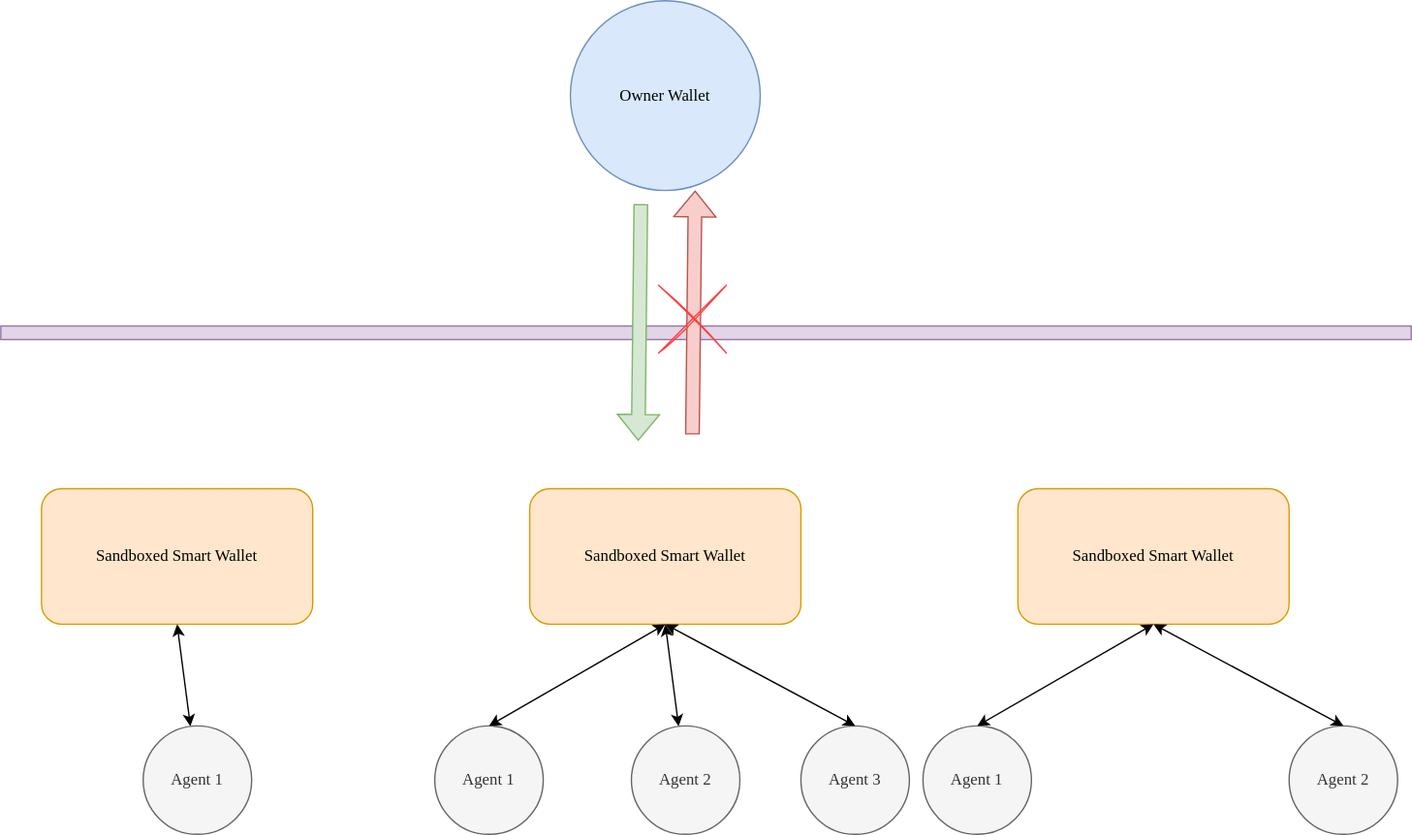
Above: assets/erc-8199/Single-SandboxedSmartWallet.svg in nxt3d/ERCs (draw.io), before the change. Source tidied: cells renumbered, new cells last; positions are measured from the earlier drawing's top-left corner, leaving out a move shared by most shapes. Its diagram source:
```xml
<mxGraphModel>
  <root>
    <mxCell id="0" />
    <mxCell id="1" parent="0" />
    <mxCell id="2" value="Sandboxed Smart Wallet" style="rounded=1;whiteSpace=wrap;html=1;hachureGap=4;fontFamily=Architects Daughter;fontSource=https%3A%2F%2Ffonts.googleapis.com%2Fcss%3Ffamily%3DArchitects%2BDaughter;fillColor=#ffe6cc;strokeColor=#d79b00;" parent="1" vertex="1">
      <mxGeometry x="390" y="360" width="200" height="100" as="geometry" />
    </mxCell>
    <mxCell id="3" value="Owner Wallet" style="ellipse;whiteSpace=wrap;html=1;hachureGap=4;fontFamily=Architects Daughter;fontSource=https%3A%2F%2Ffonts.googleapis.com%2Fcss%3Ffamily%3DArchitects%2BDaughter;fillColor=#dae8fc;strokeColor=#6c8ebf;" parent="1" vertex="1">
      <mxGeometry x="420" width="140" height="140" as="geometry" />
    </mxCell>
    <mxCell id="4" style="rounded=0;whiteSpace=wrap;html=1;hachureGap=4;fontFamily=Architects Daughter;fontSource=https%3A%2F%2Ffonts.googleapis.com%2Fcss%3Ffamily%3DArchitects%2BDaughter;fillColor=#e1d5e7;strokeColor=#9673a6;direction=south;" parent="1" vertex="1">
      <mxGeometry y="240" width="1040" height="10" as="geometry" />
    </mxCell>
    <mxCell id="5" value="Agent 1" style="ellipse;whiteSpace=wrap;html=1;hachureGap=4;fontFamily=Architects Daughter;fontSource=https%3A%2F%2Ffonts.googleapis.com%2Fcss%3Ffamily%3DArchitects%2BDaughter;fillColor=#f5f5f5;strokeColor=#666666;fontColor=#333333;" parent="1" vertex="1">
      <mxGeometry x="320" y="535" width="80" height="80" as="geometry" />
    </mxCell>
    <mxCell id="6" value="Agent 3" style="ellipse;whiteSpace=wrap;html=1;hachureGap=4;fontFamily=Architects Daughter;fontSource=https%3A%2F%2Ffonts.googleapis.com%2Fcss%3Ffamily%3DArchitects%2BDaughter;fillColor=#f5f5f5;fontColor=#333333;strokeColor=#666666;" parent="1" vertex="1">
      <mxGeometry x="590" y="535" width="80" height="80" as="geometry" />
    </mxCell>
    <mxCell id="7" value="Agent 2" style="ellipse;whiteSpace=wrap;html=1;hachureGap=4;fontFamily=Architects Daughter;fontSource=https%3A%2F%2Ffonts.googleapis.com%2Fcss%3Ffamily%3DArchitects%2BDaughter;fillColor=#f5f5f5;fontColor=#333333;strokeColor=#666666;" parent="1" vertex="1">
      <mxGeometry x="465" y="535" width="80" height="80" as="geometry" />
    </mxCell>
    <mxCell id="8" style="endArrow=classic;startArrow=classic;html=1;rounded=0;hachureGap=4;fontFamily=Architects Daughter;fontSource=https%3A%2F%2Ffonts.googleapis.com%2Fcss%3Ffamily%3DArchitects%2BDaughter;exitX=0.5;exitY=0;exitDx=0;exitDy=0;entryX=0.5;entryY=1;entryDx=0;entryDy=0;" parent="1" edge="1" source="5" target="2">
      <mxGeometry relative="1" as="geometry" />
    </mxCell>
    <mxCell id="9" style="endArrow=classic;startArrow=classic;html=1;rounded=0;hachureGap=4;fontFamily=Architects Daughter;fontSource=https%3A%2F%2Ffonts.googleapis.com%2Fcss%3Ffamily%3DArchitects%2BDaughter;entryX=0.5;entryY=1;entryDx=0;entryDy=0;" parent="1" edge="1" source="7" target="2">
      <mxGeometry relative="1" as="geometry" />
    </mxCell>
    <mxCell id="10" style="endArrow=classic;startArrow=classic;html=1;rounded=0;hachureGap=4;fontFamily=Architects Daughter;fontSource=https%3A%2F%2Ffonts.googleapis.com%2Fcss%3Ffamily%3DArchitects%2BDaughter;exitX=0.5;exitY=0;exitDx=0;exitDy=0;entryX=0.5;entryY=1;entryDx=0;entryDy=0;" parent="1" edge="1" source="6" target="2">
      <mxGeometry relative="1" as="geometry" />
    </mxCell>
    <mxCell id="11" style="shape=flexArrow;endArrow=classic;html=1;rounded=0;hachureGap=4;fontFamily=Architects Daughter;fontSource=https%3A%2F%2Ffonts.googleapis.com%2Fcss%3Ffamily%3DArchitects%2BDaughter;fillColor=#d5e8d4;strokeColor=#82b366;exitX=0.371;exitY=0.966;exitDx=0;exitDy=0;exitPerimeter=0;" parent="1" edge="1">
      <mxGeometry relative="1" as="geometry">
        <mxPoint x="471.9" y="150" as="sourcePoint" />
        <mxPoint x="470" y="324.8" as="targetPoint" />
      </mxGeometry>
    </mxCell>
    <mxCell id="12" style="endArrow=classic;html=1;rounded=0;hachureGap=4;fontFamily=Architects Daughter;fontSource=https%3A%2F%2Ffonts.googleapis.com%2Fcss%3Ffamily%3DArchitects%2BDaughter;fillColor=#f8cecc;strokeColor=#b85450;shape=flexArrow;" parent="1" edge="1">
      <mxGeometry relative="1" as="geometry">
        <mxPoint x="510" y="320" as="sourcePoint" />
        <mxPoint x="512" y="140" as="targetPoint" />
      </mxGeometry>
    </mxCell>
    <mxCell id="13" style="shape=mxgraph.sysml.x;sketch=1;hachureGap=4;jiggle=2;curveFitting=1;fontFamily=Architects Daughter;fontSource=https%3A%2F%2Ffonts.googleapis.com%2Fcss%3Ffamily%3DArchitects%2BDaughter;strokeColor=#FF3E3E;" parent="1" vertex="1">
      <mxGeometry x="485" y="210" width="50" height="50" as="geometry" />
    </mxCell>
    <mxCell id="14" value="Sandboxed Smart Wallet" style="rounded=1;whiteSpace=wrap;html=1;hachureGap=4;fontFamily=Architects Daughter;fontSource=https%3A%2F%2Ffonts.googleapis.com%2Fcss%3Ffamily%3DArchitects%2BDaughter;fillColor=#ffe6cc;strokeColor=#d79b00;" parent="1" vertex="1">
      <mxGeometry x="30" y="360" width="200" height="100" as="geometry" />
    </mxCell>
    <mxCell id="15" value="Agent 1" style="ellipse;whiteSpace=wrap;html=1;hachureGap=4;fontFamily=Architects Daughter;fontSource=https%3A%2F%2Ffonts.googleapis.com%2Fcss%3Ffamily%3DArchitects%2BDaughter;fillColor=#f5f5f5;fontColor=#333333;strokeColor=#666666;" parent="1" vertex="1">
      <mxGeometry x="105" y="535" width="80" height="80" as="geometry" />
    </mxCell>
    <mxCell id="16" style="endArrow=classic;startArrow=classic;html=1;rounded=0;hachureGap=4;fontFamily=Architects Daughter;fontSource=https%3A%2F%2Ffonts.googleapis.com%2Fcss%3Ffamily%3DArchitects%2BDaughter;entryX=0.5;entryY=1;entryDx=0;entryDy=0;" parent="1" edge="1" source="15" target="14">
      <mxGeometry relative="1" as="geometry" />
    </mxCell>
    <mxCell id="17" value="Sandboxed Smart Wallet" style="rounded=1;whiteSpace=wrap;html=1;hachureGap=4;fontFamily=Architects Daughter;fontSource=https%3A%2F%2Ffonts.googleapis.com%2Fcss%3Ffamily%3DArchitects%2BDaughter;fillColor=#ffe6cc;strokeColor=#d79b00;" parent="1" vertex="1">
      <mxGeometry x="750" y="360" width="200" height="100" as="geometry" />
    </mxCell>
    <mxCell id="18" value="Agent 1" style="ellipse;whiteSpace=wrap;html=1;hachureGap=4;fontFamily=Architects Daughter;fontSource=https%3A%2F%2Ffonts.googleapis.com%2Fcss%3Ffamily%3DArchitects%2BDaughter;fillColor=#f5f5f5;strokeColor=#666666;fontColor=#333333;" parent="1" vertex="1">
      <mxGeometry x="680" y="535" width="80" height="80" as="geometry" />
    </mxCell>
    <mxCell id="19" value="Agent 2" style="ellipse;whiteSpace=wrap;html=1;hachureGap=4;fontFamily=Architects Daughter;fontSource=https%3A%2F%2Ffonts.googleapis.com%2Fcss%3Ffamily%3DArchitects%2BDaughter;fillColor=#f5f5f5;fontColor=#333333;strokeColor=#666666;" parent="1" vertex="1">
      <mxGeometry x="950" y="535" width="80" height="80" as="geometry" />
    </mxCell>
    <mxCell id="20" style="endArrow=classic;startArrow=classic;html=1;rounded=0;hachureGap=4;fontFamily=Architects Daughter;fontSource=https%3A%2F%2Ffonts.googleapis.com%2Fcss%3Ffamily%3DArchitects%2BDaughter;exitX=0.5;exitY=0;exitDx=0;exitDy=0;entryX=0.5;entryY=1;entryDx=0;entryDy=0;" parent="1" edge="1" source="18" target="17">
      <mxGeometry relative="1" as="geometry" />
    </mxCell>
    <mxCell id="21" style="endArrow=classic;startArrow=classic;html=1;rounded=0;hachureGap=4;fontFamily=Architects Daughter;fontSource=https%3A%2F%2Ffonts.googleapis.com%2Fcss%3Ffamily%3DArchitects%2BDaughter;exitX=0.5;exitY=0;exitDx=0;exitDy=0;entryX=0.5;entryY=1;entryDx=0;entryDy=0;" parent="1" edge="1" source="19" target="17">
      <mxGeometry relative="1" as="geometry" />
    </mxCell>
  </root>
</mxGraphModel>
```
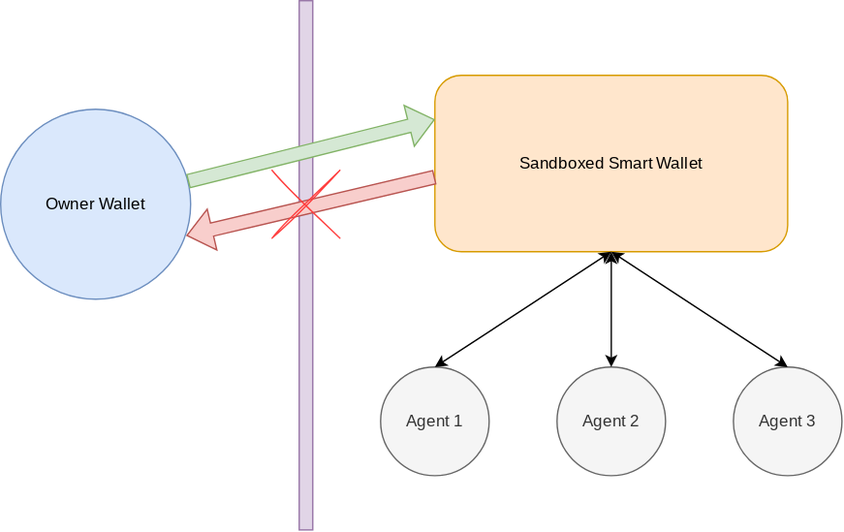
Above is the later version.

What changed in the source:
```diff
@@ -2,71 +2,43 @@
   <root>
     <mxCell id="0" />
     <mxCell id="1" parent="0" />
-    <mxCell id="2" value="Sandboxed Smart Wallet" style="rounded=1;whiteSpace=wrap;html=1;hachureGap=4;fontFamily=Architects Daughter;fontSource=https%3A%2F%2Ffonts.googleapis.com%2Fcss%3Ffamily%3DArchitects%2BDaughter;fillColor=#ffe6cc;strokeColor=#d79b00;" parent="1" vertex="1">
-      <mxGeometry x="390" y="360" width="200" height="100" as="geometry" />
-    </mxCell>
+    <mxCell id="22" value="Sandboxed Smart Wallet" style="rounded=1;whiteSpace=wrap;html=1;hachureGap=4;fontFamily=Architects Daughter;fontSource=https%3A%2F%2Ffonts.googleapis.com%2Fcss%3Ffamily%3DArchitects%2BDaughter;fillColor=#ffe6cc;strokeColor=#d79b00;" parent="1" vertex="1">
+      <mxGeometry x="-390" y="405" width="260" height="130" as="geometry" />
+    </mxCell>
     <mxCell id="3" value="Owner Wallet" style="ellipse;whiteSpace=wrap;html=1;hachureGap=4;fontFamily=Architects Daughter;fontSource=https%3A%2F%2Ffonts.googleapis.com%2Fcss%3Ffamily%3DArchitects%2BDaughter;fillColor=#dae8fc;strokeColor=#6c8ebf;" parent="1" vertex="1">
-      <mxGeometry x="420" width="140" height="140" as="geometry" />
+      <mxGeometry x="-710" y="430" width="140" height="140" as="geometry" />
     </mxCell>
-    <mxCell id="4" style="rounded=0;whiteSpace=wrap;html=1;hachureGap=4;fontFamily=Architects Daughter;fontSource=https%3A%2F%2Ffonts.googleapis.com%2Fcss%3Ffamily%3DArchitects%2BDaughter;fillColor=#e1d5e7;strokeColor=#9673a6;direction=south;" parent="1" vertex="1">
-      <mxGeometry y="240" width="1040" height="10" as="geometry" />
-    </mxCell>
-    <mxCell id="5" value="Agent 1" style="ellipse;whiteSpace=wrap;html=1;hachureGap=4;fontFamily=Architects Daughter;fontSource=https%3A%2F%2Ffonts.googleapis.com%2Fcss%3Ffamily%3DArchitects%2BDaughter;fillColor=#f5f5f5;strokeColor=#666666;fontColor=#333333;" parent="1" vertex="1">
-      <mxGeometry x="320" y="535" width="80" height="80" as="geometry" />
-    </mxCell>
+    <mxCell id="23" style="rounded=0;whiteSpace=wrap;html=1;hachureGap=4;fontFamily=Architects Daughter;fontSource=https%3A%2F%2Ffonts.googleapis.com%2Fcss%3Ffamily%3DArchitects%2BDaughter;fillColor=#e1d5e7;strokeColor=#9673a6;" parent="1" vertex="1">
+      <mxGeometry x="-490" y="350" width="10" height="390" as="geometry" />
+    </mxCell>
+    <mxCell id="24" value="Agent 1" style="ellipse;whiteSpace=wrap;html=1;hachureGap=4;fontFamily=Architects Daughter;fontSource=https%3A%2F%2Ffonts.googleapis.com%2Fcss%3Ffamily%3DArchitects%2BDaughter;fillColor=#f5f5f5;strokeColor=#666666;fontColor=#333333;" parent="1" vertex="1">
+      <mxGeometry x="-430" y="620" width="80" height="80" as="geometry" />
+    </mxCell>
     <mxCell id="6" value="Agent 3" style="ellipse;whiteSpace=wrap;html=1;hachureGap=4;fontFamily=Architects Daughter;fontSource=https%3A%2F%2Ffonts.googleapis.com%2Fcss%3Ffamily%3DArchitects%2BDaughter;fillColor=#f5f5f5;fontColor=#333333;strokeColor=#666666;" parent="1" vertex="1">
-      <mxGeometry x="590" y="535" width="80" height="80" as="geometry" />
+      <mxGeometry x="-170" y="620" width="80" height="80" as="geometry" />
     </mxCell>
-    <mxCell id="7" value="Agent 2" style="ellipse;whiteSpace=wrap;html=1;hachureGap=4;fontFamily=Architects Daughter;fontSource=https%3A%2F%2Ffonts.googleapis.com%2Fcss%3Ffamily%3DArchitects%2BDaughter;fillColor=#f5f5f5;fontColor=#333333;strokeColor=#666666;" parent="1" vertex="1">
-      <mxGeometry x="465" y="535" width="80" height="80" as="geometry" />
-    </mxCell>
-    <mxCell id="8" style="endArrow=classic;startArrow=classic;html=1;rounded=0;hachureGap=4;fontFamily=Architects Daughter;fontSource=https%3A%2F%2Ffonts.googleapis.com%2Fcss%3Ffamily%3DArchitects%2BDaughter;exitX=0.5;exitY=0;exitDx=0;exitDy=0;entryX=0.5;entryY=1;entryDx=0;entryDy=0;" parent="1" edge="1" source="5" target="2">
-      <mxGeometry relative="1" as="geometry" />
-    </mxCell>
-    <mxCell id="9" style="endArrow=classic;startArrow=classic;html=1;rounded=0;hachureGap=4;fontFamily=Architects Daughter;fontSource=https%3A%2F%2Ffonts.googleapis.com%2Fcss%3Ffamily%3DArchitects%2BDaughter;entryX=0.5;entryY=1;entryDx=0;entryDy=0;" parent="1" edge="1" source="7" target="2">
-      <mxGeometry relative="1" as="geometry" />
-    </mxCell>
-    <mxCell id="10" style="endArrow=classic;startArrow=classic;html=1;rounded=0;hachureGap=4;fontFamily=Architects Daughter;fontSource=https%3A%2F%2Ffonts.googleapis.com%2Fcss%3Ffamily%3DArchitects%2BDaughter;exitX=0.5;exitY=0;exitDx=0;exitDy=0;entryX=0.5;entryY=1;entryDx=0;entryDy=0;" parent="1" edge="1" source="6" target="2">
-      <mxGeometry relative="1" as="geometry" />
-    </mxCell>
-    <mxCell id="11" style="shape=flexArrow;endArrow=classic;html=1;rounded=0;hachureGap=4;fontFamily=Architects Daughter;fontSource=https%3A%2F%2Ffonts.googleapis.com%2Fcss%3Ffamily%3DArchitects%2BDaughter;fillColor=#d5e8d4;strokeColor=#82b366;exitX=0.371;exitY=0.966;exitDx=0;exitDy=0;exitPerimeter=0;" parent="1" edge="1">
-      <mxGeometry relative="1" as="geometry">
-        <mxPoint x="471.9" y="150" as="sourcePoint" />
-        <mxPoint x="470" y="324.8" as="targetPoint" />
-      </mxGeometry>
-    </mxCell>
-    <mxCell id="12" style="endArrow=classic;html=1;rounded=0;hachureGap=4;fontFamily=Architects Daughter;fontSource=https%3A%2F%2Ffonts.googleapis.com%2Fcss%3Ffamily%3DArchitects%2BDaughter;fillColor=#f8cecc;strokeColor=#b85450;shape=flexArrow;" parent="1" edge="1">
-      <mxGeometry relative="1" as="geometry">
-        <mxPoint x="510" y="320" as="sourcePoint" />
-        <mxPoint x="512" y="140" as="targetPoint" />
-      </mxGeometry>
-    </mxCell>
-    <mxCell id="13" style="shape=mxgraph.sysml.x;sketch=1;hachureGap=4;jiggle=2;curveFitting=1;fontFamily=Architects Daughter;fontSource=https%3A%2F%2Ffonts.googleapis.com%2Fcss%3Ffamily%3DArchitects%2BDaughter;strokeColor=#FF3E3E;" parent="1" vertex="1">
-      <mxGeometry x="485" y="210" width="50" height="50" as="geometry" />
-    </mxCell>
-    <mxCell id="14" value="Sandboxed Smart Wallet" style="rounded=1;whiteSpace=wrap;html=1;hachureGap=4;fontFamily=Architects Daughter;fontSource=https%3A%2F%2Ffonts.googleapis.com%2Fcss%3Ffamily%3DArchitects%2BDaughter;fillColor=#ffe6cc;strokeColor=#d79b00;" parent="1" vertex="1">
-      <mxGeometry x="30" y="360" width="200" height="100" as="geometry" />
-    </mxCell>
-    <mxCell id="15" value="Agent 1" style="ellipse;whiteSpace=wrap;html=1;hachureGap=4;fontFamily=Architects Daughter;fontSource=https%3A%2F%2Ffonts.googleapis.com%2Fcss%3Ffamily%3DArchitects%2BDaughter;fillColor=#f5f5f5;fontColor=#333333;strokeColor=#666666;" parent="1" vertex="1">
-      <mxGeometry x="105" y="535" width="80" height="80" as="geometry" />
-    </mxCell>
-    <mxCell id="16" style="endArrow=classic;startArrow=classic;html=1;rounded=0;hachureGap=4;fontFamily=Architects Daughter;fontSource=https%3A%2F%2Ffonts.googleapis.com%2Fcss%3Ffamily%3DArchitects%2BDaughter;entryX=0.5;entryY=1;entryDx=0;entryDy=0;" parent="1" edge="1" source="15" target="14">
-      <mxGeometry relative="1" as="geometry" />
-    </mxCell>
-    <mxCell id="17" value="Sandboxed Smart Wallet" style="rounded=1;whiteSpace=wrap;html=1;hachureGap=4;fontFamily=Architects Daughter;fontSource=https%3A%2F%2Ffonts.googleapis.com%2Fcss%3Ffamily%3DArchitects%2BDaughter;fillColor=#ffe6cc;strokeColor=#d79b00;" parent="1" vertex="1">
-      <mxGeometry x="750" y="360" width="200" height="100" as="geometry" />
-    </mxCell>
-    <mxCell id="18" value="Agent 1" style="ellipse;whiteSpace=wrap;html=1;hachureGap=4;fontFamily=Architects Daughter;fontSource=https%3A%2F%2Ffonts.googleapis.com%2Fcss%3Ffamily%3DArchitects%2BDaughter;fillColor=#f5f5f5;strokeColor=#666666;fontColor=#333333;" parent="1" vertex="1">
-      <mxGeometry x="680" y="535" width="80" height="80" as="geometry" />
-    </mxCell>
-    <mxCell id="19" value="Agent 2" style="ellipse;whiteSpace=wrap;html=1;hachureGap=4;fontFamily=Architects Daughter;fontSource=https%3A%2F%2Ffonts.googleapis.com%2Fcss%3Ffamily%3DArchitects%2BDaughter;fillColor=#f5f5f5;fontColor=#333333;strokeColor=#666666;" parent="1" vertex="1">
-      <mxGeometry x="950" y="535" width="80" height="80" as="geometry" />
-    </mxCell>
-    <mxCell id="20" style="endArrow=classic;startArrow=classic;html=1;rounded=0;hachureGap=4;fontFamily=Architects Daughter;fontSource=https%3A%2F%2Ffonts.googleapis.com%2Fcss%3Ffamily%3DArchitects%2BDaughter;exitX=0.5;exitY=0;exitDx=0;exitDy=0;entryX=0.5;entryY=1;entryDx=0;entryDy=0;" parent="1" edge="1" source="18" target="17">
-      <mxGeometry relative="1" as="geometry" />
-    </mxCell>
-    <mxCell id="21" style="endArrow=classic;startArrow=classic;html=1;rounded=0;hachureGap=4;fontFamily=Architects Daughter;fontSource=https%3A%2F%2Ffonts.googleapis.com%2Fcss%3Ffamily%3DArchitects%2BDaughter;exitX=0.5;exitY=0;exitDx=0;exitDy=0;entryX=0.5;entryY=1;entryDx=0;entryDy=0;" parent="1" edge="1" source="19" target="17">
-      <mxGeometry relative="1" as="geometry" />
-    </mxCell>
+    <mxCell id="25" value="Agent 2" style="ellipse;whiteSpace=wrap;html=1;hachureGap=4;fontFamily=Architects Daughter;fontSource=https%3A%2F%2Ffonts.googleapis.com%2Fcss%3Ffamily%3DArchitects%2BDaughter;fillColor=#f5f5f5;fontColor=#333333;strokeColor=#666666;" parent="1" vertex="1">
+      <mxGeometry x="-300" y="620" width="80" height="80" as="geometry" />
+    </mxCell>
+    <mxCell id="26" style="endArrow=classic;startArrow=classic;html=1;rounded=0;hachureGap=4;fontFamily=Architects Daughter;fontSource=https%3A%2F%2Ffonts.googleapis.com%2Fcss%3Ffamily%3DArchitects%2BDaughter;exitX=0.5;exitY=0;exitDx=0;exitDy=0;entryX=0.5;entryY=1;entryDx=0;entryDy=0;" parent="1" edge="1" source="24" target="22">
+      <mxGeometry relative="1" as="geometry" />
+    </mxCell>
+    <mxCell id="27" style="endArrow=classic;startArrow=classic;html=1;rounded=0;hachureGap=4;fontFamily=Architects Daughter;fontSource=https%3A%2F%2Ffonts.googleapis.com%2Fcss%3Ffamily%3DArchitects%2BDaughter;entryX=0.5;entryY=1;entryDx=0;entryDy=0;" parent="1" edge="1" source="25" target="22">
+      <mxGeometry relative="1" as="geometry" />
+    </mxCell>
+    <mxCell id="28" style="endArrow=classic;startArrow=classic;html=1;rounded=0;hachureGap=4;fontFamily=Architects Daughter;fontSource=https%3A%2F%2Ffonts.googleapis.com%2Fcss%3Ffamily%3DArchitects%2BDaughter;exitX=0.5;exitY=0;exitDx=0;exitDy=0;entryX=0.5;entryY=1;entryDx=0;entryDy=0;" parent="1" edge="1" source="6" target="22">
+      <mxGeometry relative="1" as="geometry" />
+    </mxCell>
+    <mxCell id="29" style="shape=flexArrow;endArrow=classic;html=1;rounded=0;hachureGap=4;fontFamily=Architects Daughter;fontSource=https%3A%2F%2Ffonts.googleapis.com%2Fcss%3Ffamily%3DArchitects%2BDaughter;entryX=0;entryY=0.25;entryDx=0;entryDy=0;fillColor=#d5e8d4;strokeColor=#82b366;" parent="1" edge="1" source="3" target="22">
+      <mxGeometry relative="1" as="geometry" />
+    </mxCell>
+    <mxCell id="30" style="endArrow=classic;html=1;rounded=0;hachureGap=4;fontFamily=Architects Daughter;fontSource=https%3A%2F%2Ffonts.googleapis.com%2Fcss%3Ffamily%3DArchitects%2BDaughter;entryX=0.977;entryY=0.665;entryDx=0;entryDy=0;entryPerimeter=0;fillColor=#f8cecc;strokeColor=#b85450;shape=flexArrow;" parent="1" edge="1" target="3">
+      <mxGeometry relative="1" as="geometry">
+        <mxPoint x="-390" y="480" as="sourcePoint" />
+      </mxGeometry>
+    </mxCell>
+    <mxCell id="31" style="shape=mxgraph.sysml.x;sketch=1;hachureGap=4;jiggle=2;curveFitting=1;fontFamily=Architects Daughter;fontSource=https%3A%2F%2Ffonts.googleapis.com%2Fcss%3Ffamily%3DArchitects%2BDaughter;strokeColor=#FF3E3E;" parent="1" vertex="1">
+      <mxGeometry x="-510" y="475" width="50" height="50" as="geometry" />
+    </mxCell>
   </root>
 </mxGraphModel>
```
